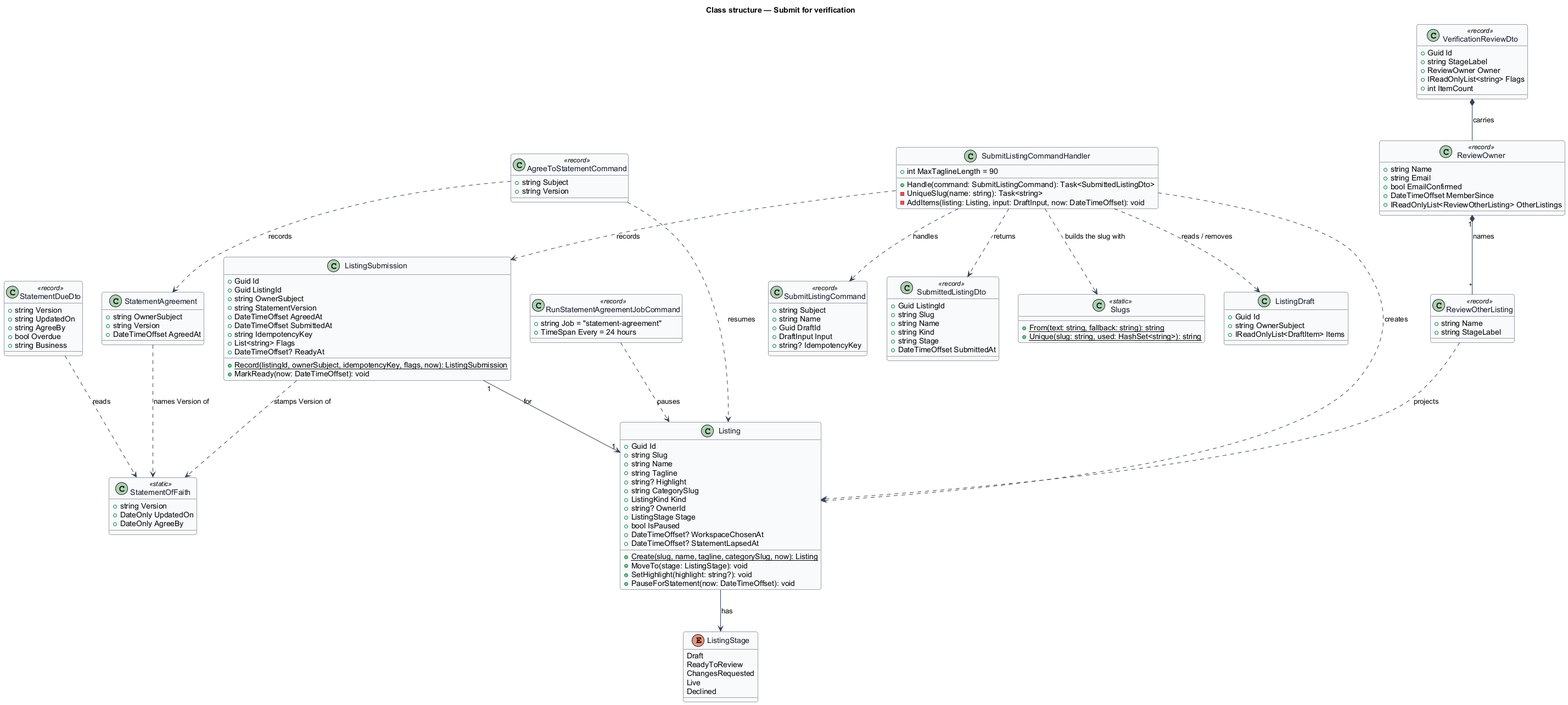
Before: docs/detailed-designs/onboarding/submit-for-verification/diagrams/class-structure.png, a diagram exported from PlantUML (QuinntyneBrown/jubilee). Source of this version:
```plantuml
@startuml
skinparam backgroundColor #FFFFFF
skinparam shadowing false
skinparam roundcorner 8
skinparam defaultFontName Arial
skinparam ArrowColor #344054
skinparam class {
  BorderColor #344054
  FontColor #101828
  BackgroundColor #F9FAFB
}
title Class structure — Submit for verification

enum ListingStage {
  Draft
  ReadyToReview
  ChangesRequested
  Live
  Declined
}

class Listing {
  +Guid Id
  +string Slug
  +string Name
  +string Tagline
  +string? Highlight
  +string CategorySlug
  +ListingKind Kind
  +string? OwnerId
  +ListingStage Stage
  +bool IsPaused
  +DateTimeOffset? WorkspaceChosenAt
  +DateTimeOffset? StatementLapsedAt
  +{static} Create(slug, name, tagline, categorySlug, now): Listing
  +MoveTo(stage: ListingStage): void
  +SetHighlight(highlight: string?): void
  +PauseForStatement(now: DateTimeOffset): void
}

class ListingDraft {
  +Guid Id
  +string OwnerSubject
  +IReadOnlyList<DraftItem> Items
}

class ListingSubmission {
  +Guid Id
  +Guid ListingId
  +string OwnerSubject
  +string StatementVersion
  +DateTimeOffset AgreedAt
  +DateTimeOffset SubmittedAt
  +string IdempotencyKey
  +List<string> Flags
  +DateTimeOffset? ReadyAt
  +{static} Record(listingId, ownerSubject, idempotencyKey, flags, now): ListingSubmission
  +MarkReady(now: DateTimeOffset): void
}

class StatementOfFaith <<static>> {
  +string Version
  +DateOnly UpdatedOn
  +DateOnly AgreeBy
}

class StatementAgreement {
  +string OwnerSubject
  +string Version
  +DateTimeOffset AgreedAt
}

class SubmitListingCommand <<record>> {
  +string Subject
  +string Name
  +Guid DraftId
  +DraftInput Input
  +string? IdempotencyKey
}

class SubmitListingCommandHandler {
  +int MaxTaglineLength = 90
  +Handle(command: SubmitListingCommand): Task<SubmittedListingDto>
  -UniqueSlug(name: string): Task<string>
  -AddItems(listing: Listing, input: DraftInput, now: DateTimeOffset): void
}

class SubmittedListingDto <<record>> {
  +Guid ListingId
  +string Slug
  +string Name
  +string Kind
  +string Stage
  +DateTimeOffset SubmittedAt
}

class Slugs <<static>> {
  +{static} From(text: string, fallback: string): string
  +{static} Unique(slug: string, used: HashSet<string>): string
}

class AgreeToStatementCommand <<record>> {
  +string Subject
  +string Version
}

class StatementDueDto <<record>> {
  +string Version
  +string UpdatedOn
  +string AgreeBy
  +bool Overdue
  +string Business
}

class RunStatementAgreementJobCommand <<record>> {
  +string Job = "statement-agreement"
  +TimeSpan Every = 24 hours
}

class ReviewOwner <<record>> {
  +string Name
  +string Email
  +bool EmailConfirmed
  +DateTimeOffset MemberSince
  +IReadOnlyList<ReviewOtherListing> OtherListings
}

class ReviewOtherListing <<record>> {
  +string Name
  +string StageLabel
}

class VerificationReviewDto <<record>> {
  +Guid Id
  +string StageLabel
  +ReviewOwner Owner
  +IReadOnlyList<string> Flags
  +int ItemCount
}

Listing --> ListingStage : has
SubmitListingCommandHandler ..> SubmitListingCommand : handles
SubmitListingCommandHandler ..> ListingDraft : reads / removes
SubmitListingCommandHandler ..> Listing : creates
SubmitListingCommandHandler ..> ListingSubmission : records
SubmitListingCommandHandler ..> Slugs : builds the slug with
SubmitListingCommandHandler ..> SubmittedListingDto : returns
ListingSubmission "1" --> "1" Listing : for
ListingSubmission ..> StatementOfFaith : stamps Version of
StatementAgreement ..> StatementOfFaith : names Version of
AgreeToStatementCommand ..> StatementAgreement : records
AgreeToStatementCommand ..> Listing : resumes
StatementDueDto ..> StatementOfFaith : reads
RunStatementAgreementJobCommand ..> Listing : pauses
VerificationReviewDto *-- ReviewOwner : carries
ReviewOwner "1" *-- "*" ReviewOtherListing : names
ReviewOtherListing ..> Listing : projects
@enduml
```
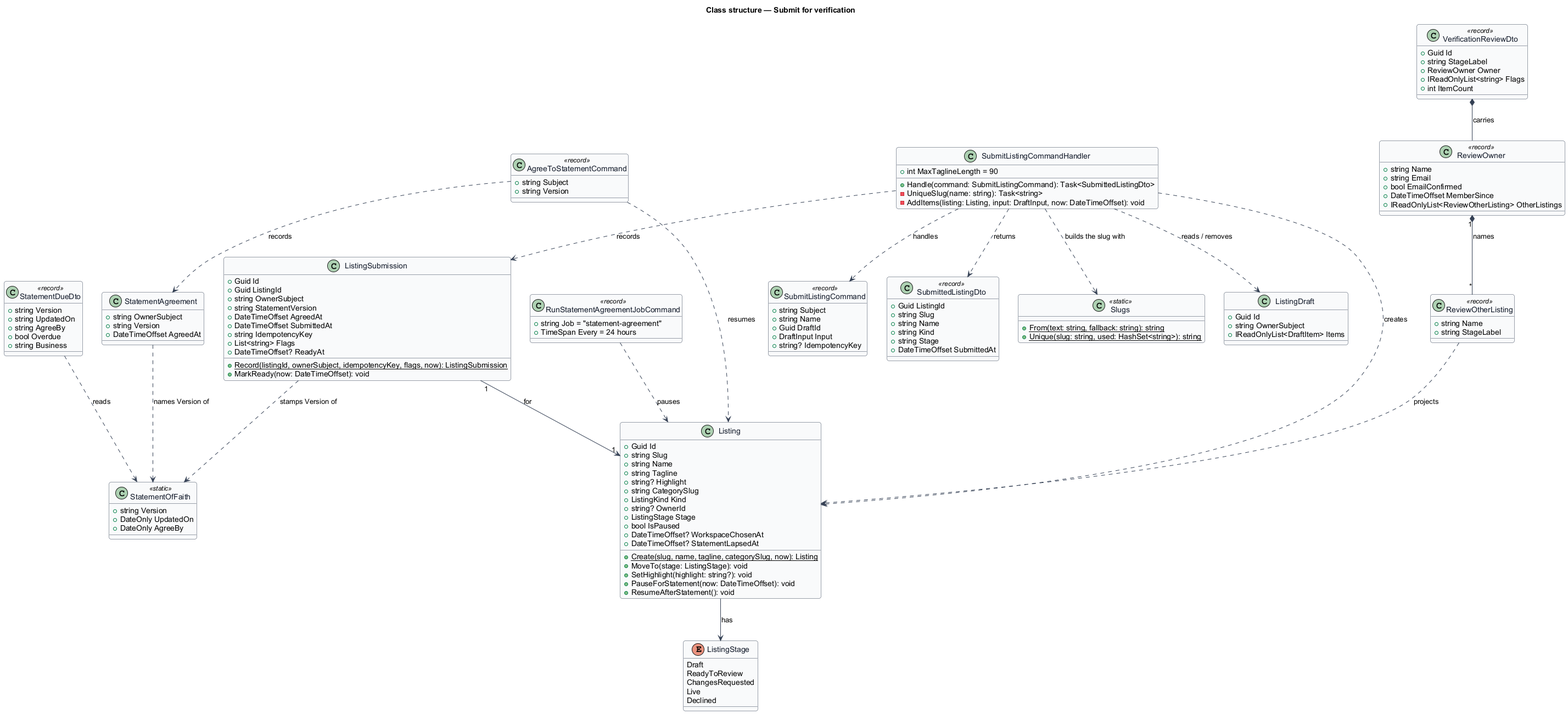
Later version of the same file.

Change to the diagram source:
```diff
@@ -36,6 +36,7 @@
   +MoveTo(stage: ListingStage): void
   +SetHighlight(highlight: string?): void
   +PauseForStatement(now: DateTimeOffset): void
+  +ResumeAfterStatement(): void
 }
 
 class ListingDraft {
```
